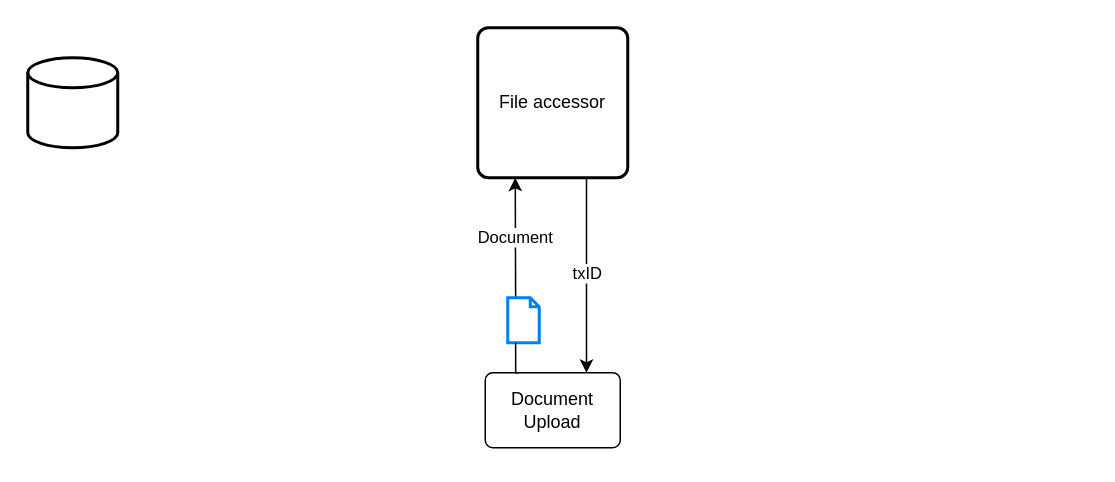
Before: Untitled Diagram.drawio in tobi-tobsen-berlin/dgraph, a draw.io diagram. Source tidied: cells renumbered, new cells numbered last; positions are measured from the earlier drawing's top-left corner, leaving out a move shared by most shapes. Both pictures are drawn from the tidied source at 150%, with x=0, y=0 at pixel (27, 27).
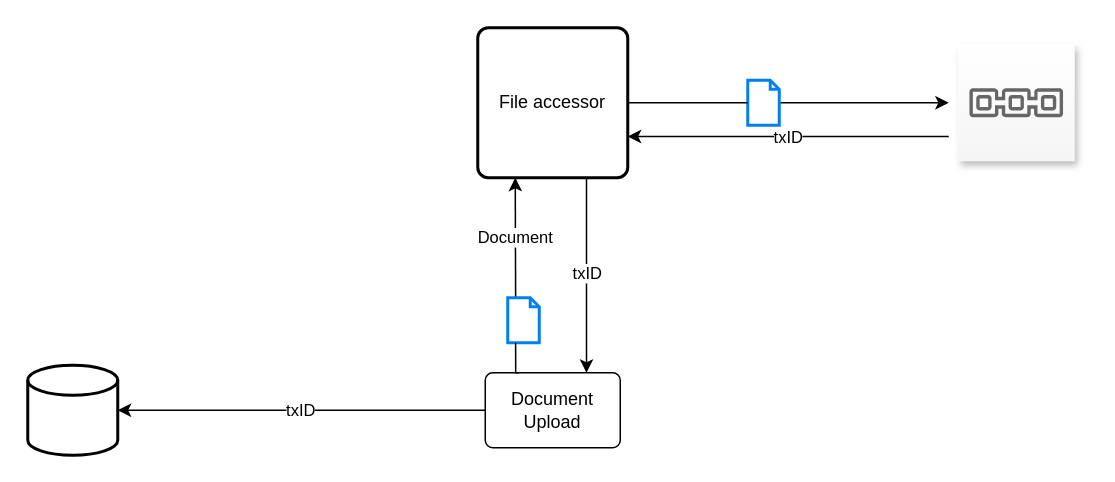
The same page after the edit.

The edit, as a diff of the source:
```diff
@@
 <mxGraphModel>
   <root>
     <mxCell id="0" />
     <mxCell id="1" parent="0" />
     <mxCell id="2" style="strokeWidth=2;html=1;shape=mxgraph.flowchart.database;whiteSpace=wrap;" parent="1" vertex="1">
-      <mxGeometry y="20" width="60" height="60" as="geometry" />
+      <mxGeometry y="225" width="60" height="60" as="geometry" />
     </mxCell>
     <mxCell id="3" value="File accessor" style="rounded=1;whiteSpace=wrap;html=1;absoluteArcSize=1;arcSize=14;strokeWidth=2;" parent="1" vertex="1">
       <mxGeometry x="300" width="100" height="100" as="geometry" />
     </mxCell>
     <mxCell id="4" value="Document &lt;br&gt;Upload" style="rounded=1;arcSize=10;whiteSpace=wrap;html=1;align=center;" parent="1" vertex="1">
       <mxGeometry x="305" y="230" width="90" height="50" as="geometry" />
     </mxCell>
     <mxCell id="5" value="Document" style="edgeStyle=segmentEdgeStyle;endArrow=classic;html=1;rounded=0;exitX=0.25;exitY=0;exitDx=0;exitDy=0;entryX=0.25;entryY=1;entryDx=0;entryDy=0;startArrow=none;" parent="1" edge="1" source="7" target="3">
       <mxGeometry relative="1" as="geometry" />
     </mxCell>
     <mxCell id="6" value="txID" style="edgeStyle=segmentEdgeStyle;endArrow=classic;html=1;rounded=0;exitX=0.75;exitY=1;exitDx=0;exitDy=0;entryX=0.75;entryY=0;entryDx=0;entryDy=0;" parent="1" edge="1" source="3" target="4">
       <mxGeometry relative="1" as="geometry" />
     </mxCell>
     <mxCell id="7" style="html=1;verticalLabelPosition=bottom;align=center;labelBackgroundColor=#ffffff;verticalAlign=top;strokeWidth=2;strokeColor=#0080F0;shadow=0;dashed=0;shape=mxgraph.ios7.icons.document;" parent="1" vertex="1">
       <mxGeometry x="320" y="180" width="21" height="30" as="geometry" />
     </mxCell>
     <mxCell id="8" style="edgeStyle=segmentEdgeStyle;endArrow=none;html=1;rounded=0;exitX=0.25;exitY=0;exitDx=0;exitDy=0;entryX=0.25;entryY=1;entryDx=0;entryDy=0;" parent="1" edge="1" source="4" target="7">
       <mxGeometry relative="1" as="geometry" />
     </mxCell>
+    <mxCell id="9" style="sketch=0;points=[[0,0,0],[0.25,0,0],[0.5,0,0],[0.75,0,0],[1,0,0],[0,1,0],[0.25,1,0],[0.5,1,0],[0.75,1,0],[1,1,0],[0,0.25,0],[0,0.5,0],[0,0.75,0],[1,0.25,0],[1,0.5,0],[1,0.75,0]];outlineConnect=0;gradientDirection=north;verticalLabelPosition=bottom;verticalAlign=top;align=center;html=1;fontSize=12;fontStyle=0;shape=mxgraph.aws4.resourceIcon;resIcon=mxgraph.aws4.blockchain;shadow=1;perimeterSpacing=6;fixDash=0;snapToPoint=0;portConstraintRotation=0;comic=0;fillColor=#f5f5f5;strokeColor=#666666;gradientColor=#ffffff;strokeWidth=7;" parent="1" vertex="1">
+      <mxGeometry x="620" y="11" width="78" height="78" as="geometry" />
+    </mxCell>
+    <mxCell id="10" style="endArrow=classic;html=1;rounded=0;exitX=1;exitY=0.5;exitDx=0;exitDy=0;entryX=0;entryY=0.5;entryDx=0;entryDy=0;entryPerimeter=0;startArrow=none;" parent="1" edge="1" source="11" target="9">
+      <mxGeometry relative="1" as="geometry" />
+    </mxCell>
+    <mxCell id="11" style="html=1;verticalLabelPosition=bottom;align=center;labelBackgroundColor=#ffffff;verticalAlign=top;strokeWidth=2;strokeColor=#0080F0;shadow=0;dashed=0;shape=mxgraph.ios7.icons.document;" parent="1" vertex="1">
+      <mxGeometry x="480" y="35" width="21" height="30" as="geometry" />
+    </mxCell>
+    <mxCell id="12" style="endArrow=none;html=1;rounded=0;exitX=1;exitY=0.5;exitDx=0;exitDy=0;entryX=0;entryY=0.5;entryDx=0;entryDy=0;entryPerimeter=0;" parent="1" edge="1" source="3" target="11">
+      <mxGeometry relative="1" as="geometry" />
+    </mxCell>
+    <mxCell id="13" value="txID" style="edgeStyle=segmentEdgeStyle;endArrow=classic;html=1;rounded=0;exitX=0;exitY=0.75;exitDx=0;exitDy=0;exitPerimeter=0;" parent="1" edge="1" source="9" target="3">
+      <mxGeometry relative="1" as="geometry" />
+    </mxCell>
+    <mxCell id="14" value="txID" style="edgeStyle=segmentEdgeStyle;endArrow=classic;html=1;rounded=0;exitX=0;exitY=0.5;exitDx=0;exitDy=0;entryX=1;entryY=0.5;entryDx=0;entryDy=0;entryPerimeter=0;" parent="1" edge="1" source="4" target="2">
+      <mxGeometry relative="1" as="geometry">
+        <Array as="points">
+          <mxPoint x="210" y="255" />
+          <mxPoint x="210" y="255" />
+        </Array>
+      </mxGeometry>
+    </mxCell>
   </root>
 </mxGraphModel>
```
